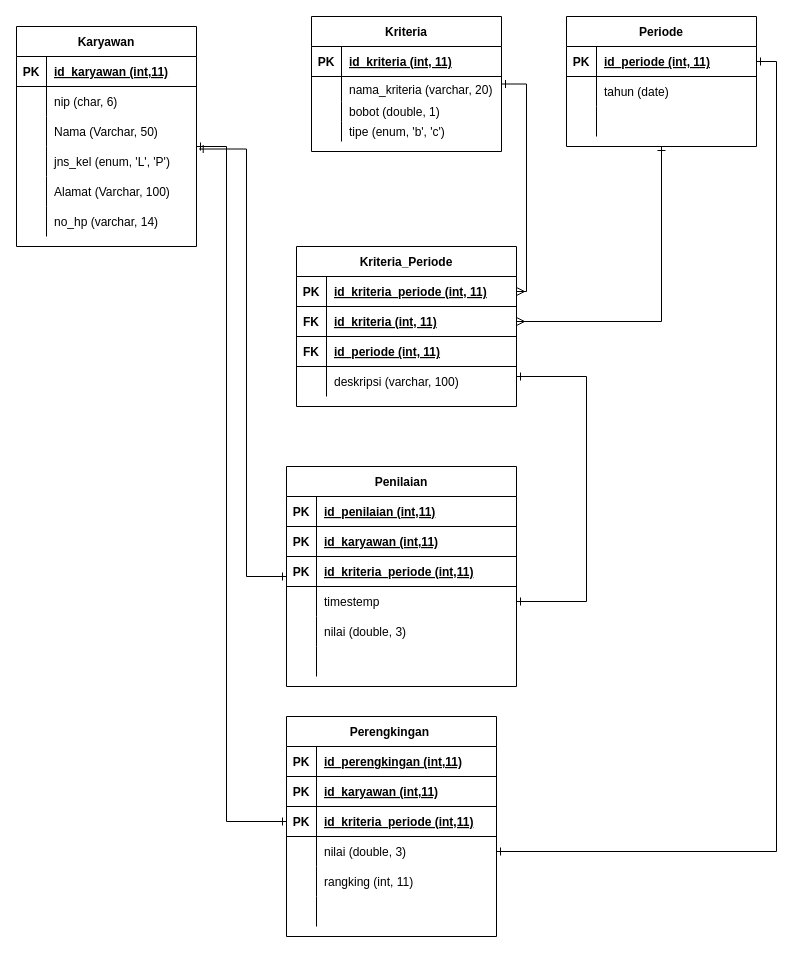
Before: desain data tabel.drawio in AlvauzuVira/spk-saw, a draw.io diagram. Source tidied: cells renumbered, new cells numbered last; positions are measured from the earlier drawing's top-left corner, leaving out a move shared by most shapes. Both pictures are drawn from the tidied source at 100%, with x=0, y=0 at pixel (16, 16).
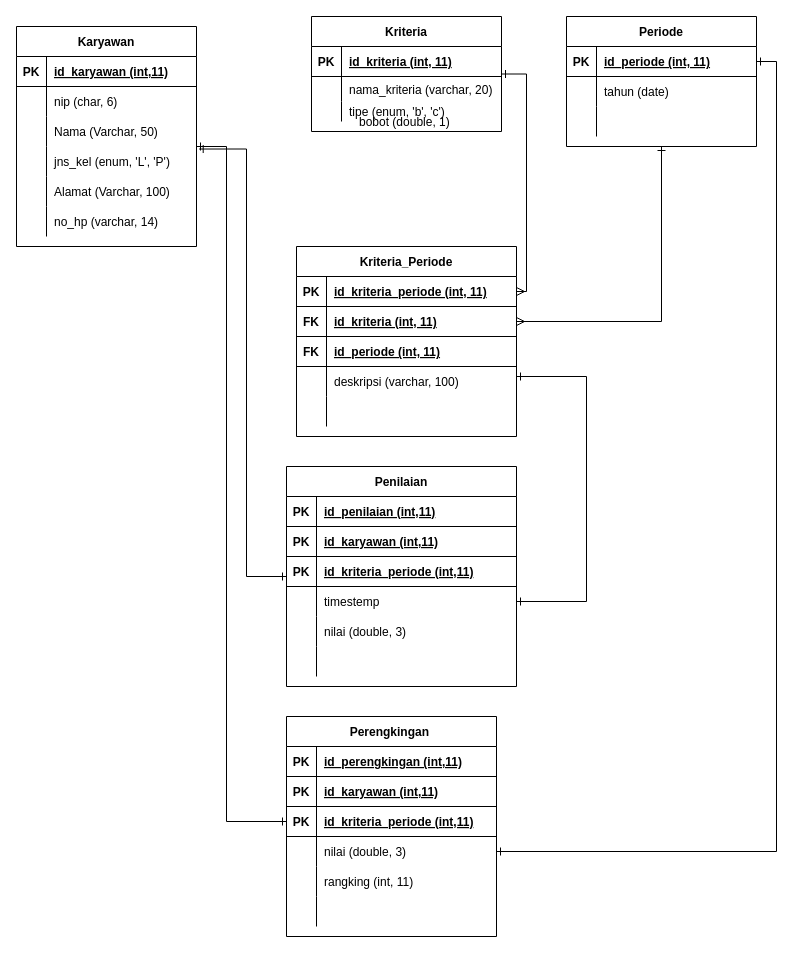
Above is the later version.

Commit message:
edit data table

The edit, as a diff of the source:
```diff
@@
     <mxCell id="22" value="Kriteria" style="shape=table;startSize=30;childLayout=tableLayout;rowLines=0;fontStyle=1;align=center;" parent="1" vertex="1">
-      <mxGeometry x="295" width="190" height="135" as="geometry" />
+      <mxGeometry x="295" width="190" height="115" as="geometry" />
     </mxCell>
@@
-    <mxCell id="29" style="shape=partialRectangle;fillColor=none;top=0;left=0;bottom=0;right=0;" parent="22" vertex="1">
-      <mxGeometry y="85" width="190" height="20" as="geometry" />
-    </mxCell>
-    <mxCell id="30" style="shape=partialRectangle;fillColor=none;top=0;left=0;bottom=0;right=0;overflow=hidden;" parent="29" vertex="1">
-      <mxGeometry width="30" height="20" as="geometry" />
-    </mxCell>
-    <mxCell id="31" value="bobot (double, 1)" style="shape=partialRectangle;fillColor=none;top=0;left=0;bottom=0;right=0;align=left;spacingLeft=6;overflow=hidden;" parent="29" vertex="1">
-      <mxGeometry x="30" width="160" height="20" as="geometry" />
-    </mxCell>
     <mxCell id="32" style="shape=partialRectangle;fillColor=none;top=0;left=0;bottom=0;right=0;" parent="22" vertex="1">
-      <mxGeometry y="105" width="190" height="20" as="geometry" />
+      <mxGeometry y="85" width="190" height="20" as="geometry" />
     </mxCell>
@@
     <mxCell id="46" value="Kriteria_Periode" style="shape=table;startSize=30;childLayout=tableLayout;rowLines=0;fontStyle=1;align=center;" parent="1" vertex="1">
-      <mxGeometry x="280" y="230" width="220" height="160" as="geometry" />
+      <mxGeometry x="280" y="230" width="220" height="190" as="geometry" />
     </mxCell>
@@
+    <mxCell id="107" style="shape=partialRectangle;fillColor=none;top=0;left=0;bottom=0;right=0;" parent="46" vertex="1">
+      <mxGeometry y="150" width="220" height="30" as="geometry" />
+    </mxCell>
+    <mxCell id="108" style="shape=partialRectangle;fillColor=none;top=0;left=0;bottom=0;right=0;overflow=hidden;" parent="107" vertex="1">
+      <mxGeometry width="30" height="30" as="geometry" />
+    </mxCell>
+    <mxCell id="109" style="shape=partialRectangle;fillColor=none;top=0;left=0;bottom=0;right=0;align=left;spacingLeft=6;overflow=hidden;" parent="107" vertex="1">
+      <mxGeometry x="30" width="190" height="30" as="geometry" />
+    </mxCell>
@@
+    <mxCell id="31" value="bobot (double, 1)" style="shape=partialRectangle;fillColor=none;top=0;left=0;bottom=0;right=0;align=left;spacingLeft=6;overflow=hidden;" parent="1" vertex="1">
+      <mxGeometry x="335" y="95" width="160" height="20" as="geometry" />
+    </mxCell>
```
